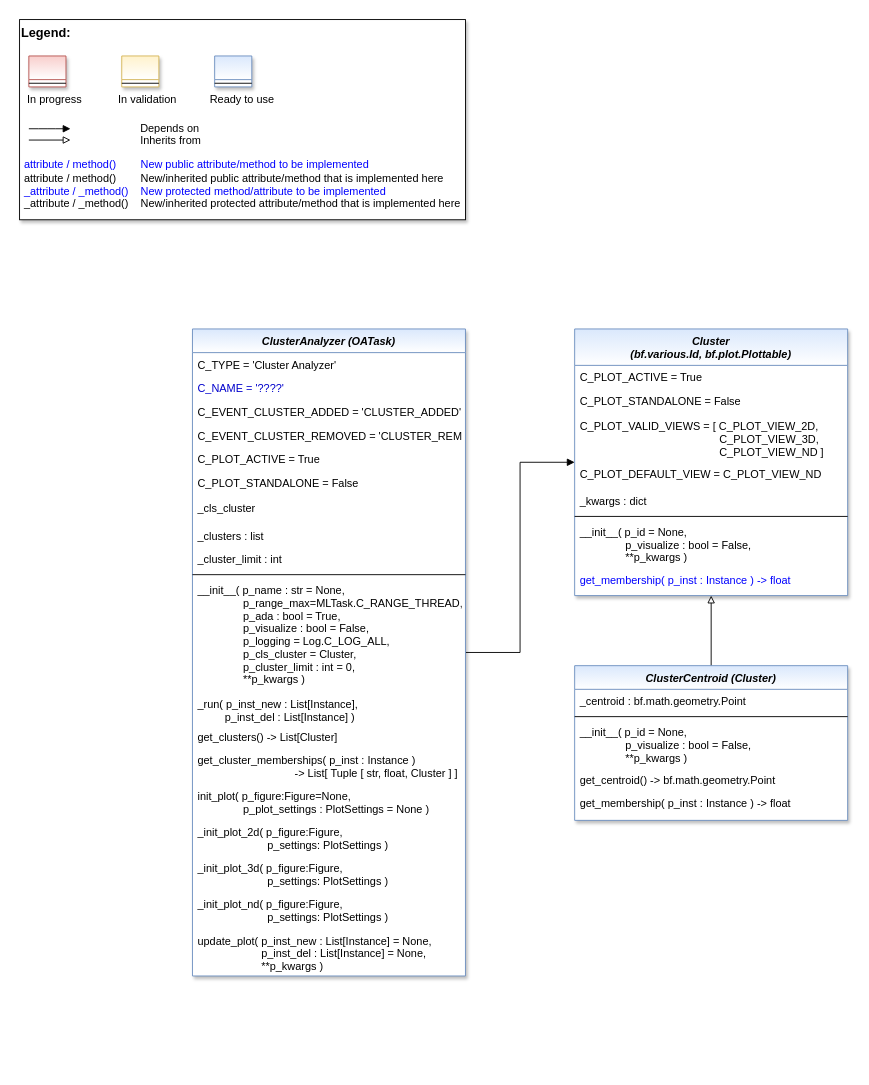
This is doc/rtd/content/04_appendices/appendix2/sub/core/mlpro_oa/streams/tasks/images/MLPro-OA-Cluster_Analyzers_class_diagram.drawio from fhswf/MLPro, a draw.io file, before an edit. Source tidied: cells renumbered, new cells numbered last; positions are measured from the earlier drawing's top-left corner, leaving out a move shared by most shapes. Both pictures are drawn from the tidied source at 91%, with x=0, y=0 at pixel (19, 19).
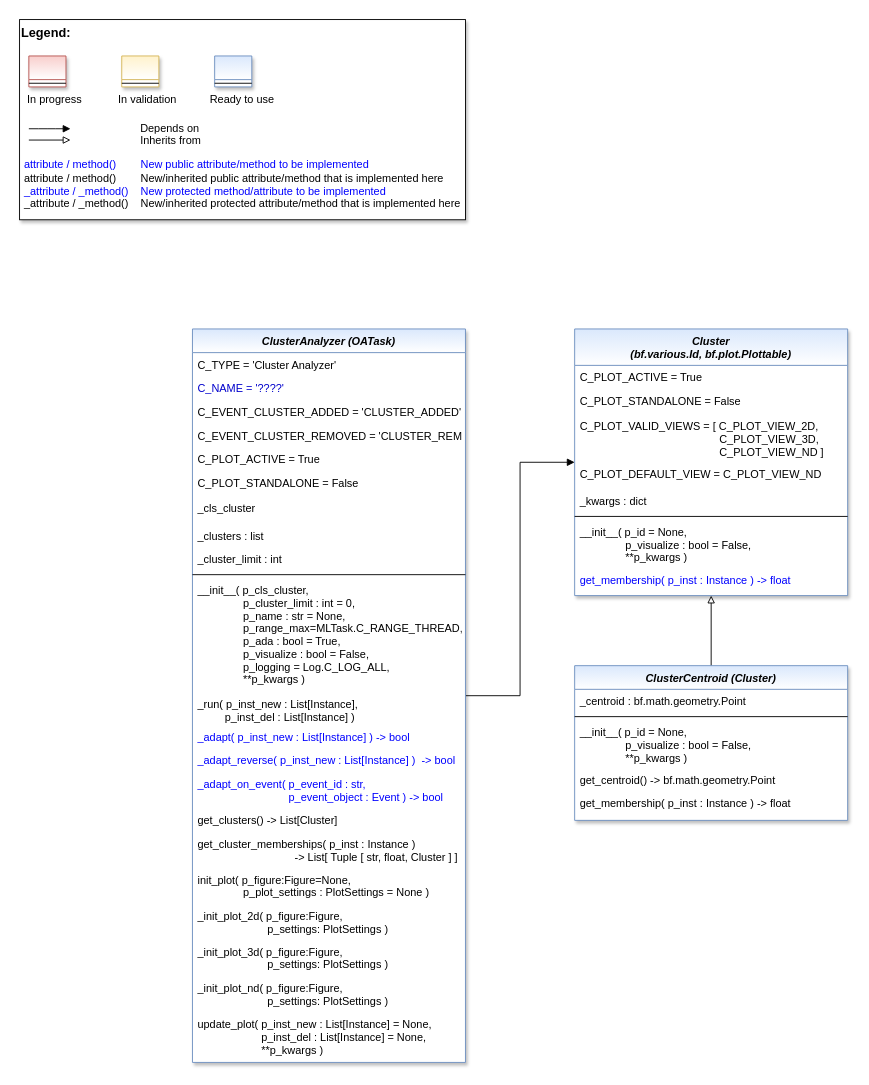
Above is the later version.

Commit message (it also covers changes not shown here):
OA-Task: Templates for Cluster Analyzers #589

Diff of the diagram source:
```diff
@@
     <mxCell id="13" value="ClusterAnalyzer (OATask)" style="swimlane;fontStyle=3;align=center;verticalAlign=top;horizontal=1;startSize=26;rounded=0;shadow=1;strokeWidth=1;fillColor=#dae8fc;strokeColor=#6c8ebf;swimlaneFillColor=#ffffff;gradientColor=#FFFFFF;" parent="1" vertex="1">
-      <mxGeometry x="190" y="340" width="300" height="711" as="geometry" />
+      <mxGeometry x="190" y="340" width="300" height="806" as="geometry" />
     </mxCell>
@@
-    <mxCell id="24" value="__init__( p_name : str = None,&#10;               p_range_max=MLTask.C_RANGE_THREAD,&#10;               p_ada : bool = True,&#10;               p_visualize : bool = False,&#10;               p_logging = Log.C_LOG_ALL,&#10;               p_cls_cluster = Cluster,&#10;               p_cluster_limit : int = 0,&#10;               **p_kwargs )" style="text;align=left;verticalAlign=top;spacingLeft=4;spacingRight=4;overflow=hidden;fontColor=default;" parent="13" vertex="1">
+    <mxCell id="24" value="__init__( p_cls_cluster,&#10;               p_cluster_limit : int = 0,&#10;               p_name : str = None,&#10;               p_range_max=MLTask.C_RANGE_THREAD,&#10;               p_ada : bool = True,&#10;               p_visualize : bool = False,&#10;               p_logging = Log.C_LOG_ALL,&#10;               **p_kwargs )" style="text;align=left;verticalAlign=top;spacingLeft=4;spacingRight=4;overflow=hidden;fontColor=default;" parent="13" vertex="1">
       <mxGeometry y="274" width="300" height="125" as="geometry" />
     </mxCell>
@@
+    <mxCell id="49" value="_adapt( p_inst_new : List[Instance] ) -&gt; bool" style="text;align=left;verticalAlign=top;spacingLeft=4;spacingRight=4;overflow=hidden;fontColor=#0000FF;fillColor=none;" parent="13" vertex="1">
+      <mxGeometry y="435" width="300" height="26" as="geometry" />
+    </mxCell>
+    <mxCell id="50" value="_adapt_reverse( p_inst_new : List[Instance] )  -&gt; bool" style="text;align=left;verticalAlign=top;spacingLeft=4;spacingRight=4;overflow=hidden;fontColor=#0000FF;fillColor=none;" parent="13" vertex="1">
+      <mxGeometry y="461" width="300" height="26" as="geometry" />
+    </mxCell>
+    <mxCell id="51" value="_adapt_on_event( p_event_id : str,&#10;                              p_event_object : Event ) -&gt; bool" style="text;align=left;verticalAlign=top;spacingLeft=4;spacingRight=4;overflow=hidden;fontColor=#0000FF;fillColor=none;" parent="13" vertex="1">
+      <mxGeometry y="487" width="300" height="40" as="geometry" />
+    </mxCell>
     <mxCell id="26" value="get_clusters() -&gt; List[Cluster]" style="text;align=left;verticalAlign=top;spacingLeft=4;spacingRight=4;overflow=hidden;fontColor=default;" parent="13" vertex="1">
-      <mxGeometry y="435" width="300" height="26" as="geometry" />
+      <mxGeometry y="527" width="300" height="26" as="geometry" />
     </mxCell>
     <mxCell id="27" value="get_cluster_memberships( p_inst : Instance ) &#10;                                -&gt; List[ Tuple [ str, float, Cluster ] ]" style="text;align=left;verticalAlign=top;spacingLeft=4;spacingRight=4;overflow=hidden;fontColor=default;" parent="13" vertex="1">
-      <mxGeometry y="461" width="300" height="39" as="geometry" />
+      <mxGeometry y="553" width="300" height="39" as="geometry" />
     </mxCell>
     <mxCell id="28" value="init_plot( p_figure:Figure=None, &#10;               p_plot_settings : PlotSettings = None )" style="text;align=left;verticalAlign=top;spacingLeft=4;spacingRight=4;overflow=hidden;fontColor=default;" parent="13" vertex="1">
-      <mxGeometry y="500" width="300" height="40" as="geometry" />
+      <mxGeometry y="592" width="300" height="40" as="geometry" />
     </mxCell>
     <mxCell id="29" value="_init_plot_2d( p_figure:Figure, &#10;                       p_settings: PlotSettings )" style="text;align=left;verticalAlign=top;spacingLeft=4;spacingRight=4;overflow=hidden;fontColor=default;" parent="13" vertex="1">
-      <mxGeometry y="540" width="300" height="39" as="geometry" />
+      <mxGeometry y="632" width="300" height="39" as="geometry" />
     </mxCell>
     <mxCell id="30" value="_init_plot_3d( p_figure:Figure, &#10;                       p_settings: PlotSettings )" style="text;align=left;verticalAlign=top;spacingLeft=4;spacingRight=4;overflow=hidden;fontColor=default;" parent="13" vertex="1">
-      <mxGeometry y="579" width="300" height="40" as="geometry" />
+      <mxGeometry y="671" width="300" height="40" as="geometry" />
     </mxCell>
     <mxCell id="31" value="_init_plot_nd( p_figure:Figure, &#10;                       p_settings: PlotSettings )" style="text;align=left;verticalAlign=top;spacingLeft=4;spacingRight=4;overflow=hidden;fontColor=default;" parent="13" vertex="1">
-      <mxGeometry y="619" width="300" height="40" as="geometry" />
+      <mxGeometry y="711" width="300" height="40" as="geometry" />
     </mxCell>
     <mxCell id="32" value="update_plot( p_inst_new : List[Instance] = None, &#10;                     p_inst_del : List[Instance] = None,&#10;                     **p_kwargs )" style="text;align=left;verticalAlign=top;spacingLeft=4;spacingRight=4;overflow=hidden;fontColor=default;" parent="13" vertex="1">
-      <mxGeometry y="659" width="300" height="52" as="geometry" />
+      <mxGeometry y="751" width="300" height="52" as="geometry" />
     </mxCell>
```
